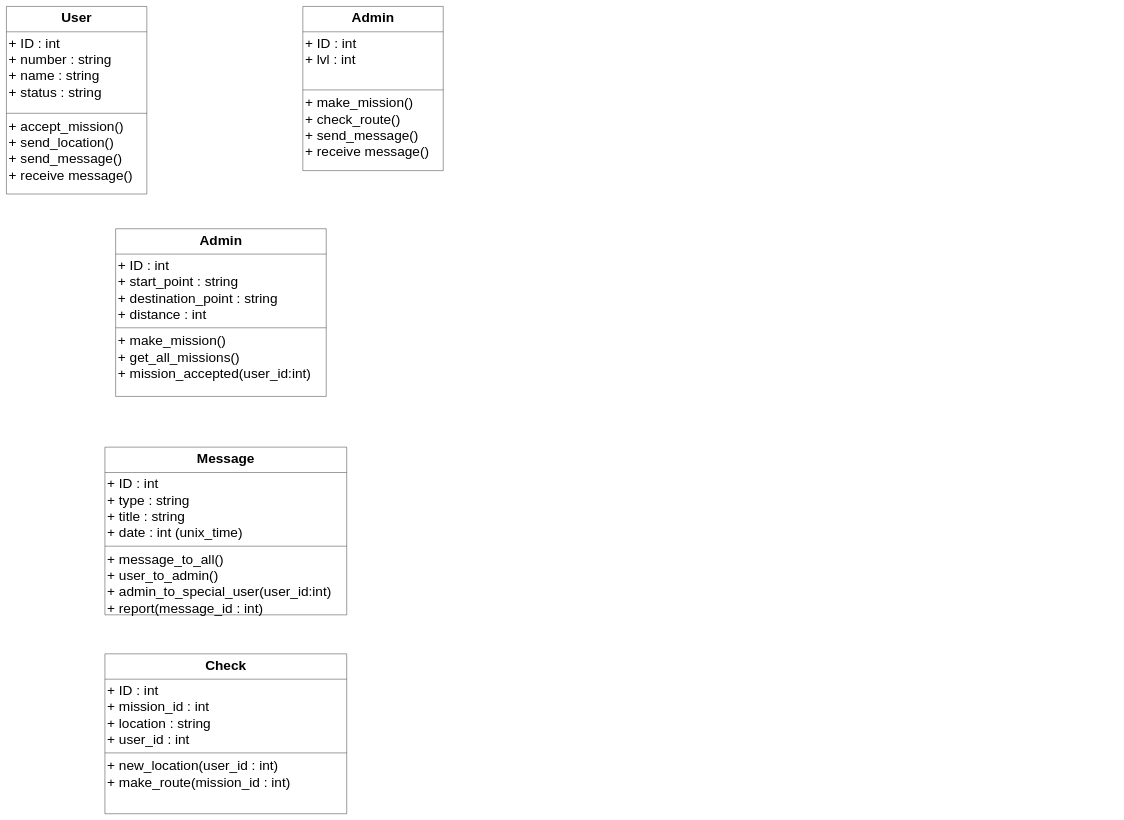
The draw.io diagram page "Class diagram" (1 of 2) of Projects/Tahlil_term3/UML.drawio in geeksesi/my_university, before the edit. Source tidied: cells renumbered, new cells numbered last; positions are measured from the earlier drawing's top-left corner, leaving out a move shared by most shapes. Both pictures are drawn from the tidied source at 39%, with x=0, y=0 at pixel (6, 6).
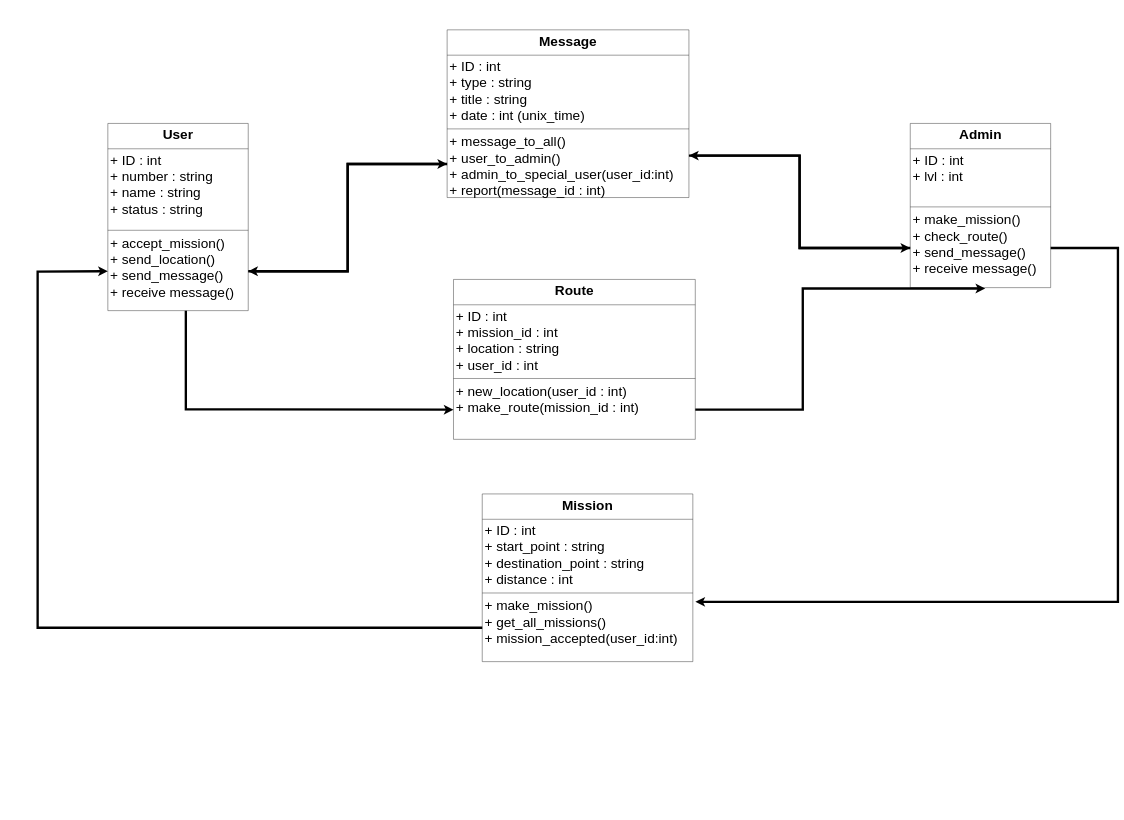
After the change.

The change refers to these unchanged cells:
```xml
<mxCell id="9" value="+ make_mission()&#10;+ check_route()&#10;+ send_message()&#10;+ receive message()&#10;" style="text;strokeColor=none;fillColor=none;align=left;verticalAlign=top;spacingLeft=4;spacingRight=4;overflow=hidden;points=[[0,0.5],[1,0.5]];portConstraint=eastwest;fontSize=35;" parent="6" vertex="1">
  <mxGeometry y="218" width="360" height="203" as="geometry" />
</mxCell>
<mxCell id="13" value="+ make_mission()&#10;+ get_all_missions()&#10;+ mission_accepted(user_id:int)&#10;&#10;" style="text;strokeColor=none;fillColor=none;align=left;verticalAlign=top;spacingLeft=4;spacingRight=4;overflow=hidden;points=[[0,0.5],[1,0.5]];portConstraint=eastwest;fontSize=35;" parent="10" vertex="1">
  <mxGeometry y="258" width="540" height="172" as="geometry" />
</mxCell>
<mxCell id="17" value="+ message_to_all()&#10;+ user_to_admin()&#10;+ admin_to_special_user(user_id:int)&#10;+ report(message_id : int)&#10;&#10;" style="text;strokeColor=none;fillColor=none;align=left;verticalAlign=top;spacingLeft=4;spacingRight=4;overflow=hidden;points=[[0,0.5],[1,0.5]];portConstraint=eastwest;fontSize=35;" parent="14" vertex="1">
  <mxGeometry y="258" width="620" height="172" as="geometry" />
</mxCell>
<mxCell id="21" value="+ new_location(user_id : int)&#10;+ make_route(mission_id : int)&#10;&#10;" style="text;strokeColor=none;fillColor=none;align=left;verticalAlign=top;spacingLeft=4;spacingRight=4;overflow=hidden;points=[[0,0.5],[1,0.5]];portConstraint=eastwest;fontSize=35;" parent="18" vertex="1">
  <mxGeometry y="258" width="620" height="152" as="geometry" />
</mxCell>
```

What changed in the source:
```diff
@@
     <mxCell id="2" value="User" style="swimlane;fontStyle=1;align=center;verticalAlign=top;horizontal=1;startSize=65;fontSize=35;" parent="1" vertex="1">
-      <mxGeometry width="360" height="481" as="geometry" />
+      <mxGeometry x="260" y="300" width="360" height="480" as="geometry" />
     </mxCell>
@@
     <mxCell id="5" value="+ accept_mission()&#10;+ send_location()&#10;+ send_message()&#10;+ receive message()&#10;" style="text;strokeColor=none;fillColor=none;align=left;verticalAlign=top;spacingLeft=4;spacingRight=4;overflow=hidden;points=[[0,0.5],[1,0.5]];portConstraint=eastwest;fontSize=35;" parent="2" vertex="1">
-      <mxGeometry y="278" width="360" height="203" as="geometry" />
+      <mxGeometry y="278" width="360" height="202" as="geometry" />
     </mxCell>
     <mxCell id="6" value="Admin" style="swimlane;fontStyle=1;align=center;verticalAlign=top;horizontal=1;startSize=65;fontSize=35;" parent="1" vertex="1">
-      <mxGeometry x="760" width="360" height="421" as="geometry" />
+      <mxGeometry x="2317.5" y="300" width="360" height="421" as="geometry" />
     </mxCell>
@@
-    <mxCell id="10" value="Admin" style="swimlane;fontStyle=1;align=center;verticalAlign=top;horizontal=1;startSize=65;fontSize=35;" parent="1" vertex="1">
-      <mxGeometry x="280" y="570" width="540" height="430" as="geometry" />
+    <mxCell id="10" value="Mission" style="swimlane;fontStyle=1;align=center;verticalAlign=top;horizontal=1;startSize=65;fontSize=35;" parent="1" vertex="1">
+      <mxGeometry x="1220" y="1250" width="540" height="430" as="geometry" />
     </mxCell>
@@
+    <mxCell id="22" style="edgeStyle=orthogonalEdgeStyle;rounded=0;jettySize=auto;html=1;exitX=1;exitY=0.75;exitDx=0;exitDy=0;entryX=0;entryY=0.5;entryDx=0;entryDy=0;strokeWidth=6;" parent="1" edge="1" source="14" target="9">
+      <mxGeometry relative="1" as="geometry" />
+    </mxCell>
     <mxCell id="14" value="Message" style="swimlane;fontStyle=1;align=center;verticalAlign=top;horizontal=1;startSize=65;fontSize=35;" parent="1" vertex="1">
-      <mxGeometry x="252.5" y="1130" width="620" height="430" as="geometry" />
+      <mxGeometry x="1130" y="60" width="620" height="430" as="geometry" />
     </mxCell>
@@
-    <mxCell id="18" value="Check" style="swimlane;fontStyle=1;align=center;verticalAlign=top;horizontal=1;startSize=65;fontSize=35;" parent="1" vertex="1">
-      <mxGeometry x="252.5" y="1660" width="620" height="410" as="geometry" />
+    <mxCell id="18" value="Route" style="swimlane;fontStyle=1;align=center;verticalAlign=top;horizontal=1;startSize=65;fontSize=35;" parent="1" vertex="1">
+      <mxGeometry x="1146.3" y="700" width="620" height="410" as="geometry" />
     </mxCell>
@@
+    <mxCell id="23" style="edgeStyle=orthogonalEdgeStyle;rounded=0;jettySize=auto;html=1;strokeWidth=6;" parent="1" edge="1" source="5" target="17">
+      <mxGeometry relative="1" as="geometry" />
+    </mxCell>
+    <mxCell id="24" style="edgeStyle=orthogonalEdgeStyle;rounded=0;jettySize=auto;html=1;entryX=1;entryY=0.75;entryDx=0;entryDy=0;strokeWidth=6;" parent="1" edge="1" source="9" target="14">
+      <mxGeometry relative="1" as="geometry" />
+    </mxCell>
+    <mxCell id="25" style="edgeStyle=orthogonalEdgeStyle;rounded=0;jettySize=auto;html=1;entryX=1;entryY=0.5;entryDx=0;entryDy=0;strokeWidth=6;" parent="1" edge="1" source="17" target="5">
+      <mxGeometry relative="1" as="geometry" />
+    </mxCell>
+    <mxCell id="26" style="edgeStyle=orthogonalEdgeStyle;rounded=0;jettySize=auto;html=1;entryX=0;entryY=0.5;entryDx=0;entryDy=0;strokeWidth=6;" parent="1" edge="1" source="5" target="21">
+      <mxGeometry relative="1" as="geometry">
+        <Array as="points">
+          <mxPoint x="460" y="1033" />
+        </Array>
+      </mxGeometry>
+    </mxCell>
+    <mxCell id="27" style="edgeStyle=orthogonalEdgeStyle;rounded=0;jettySize=auto;html=1;entryX=0.534;entryY=1.011;entryDx=0;entryDy=0;entryPerimeter=0;strokeWidth=6;" parent="1" edge="1" source="21" target="9">
+      <mxGeometry relative="1" as="geometry" />
+    </mxCell>
+    <mxCell id="28" style="edgeStyle=orthogonalEdgeStyle;rounded=0;jettySize=auto;html=1;entryX=1.012;entryY=0.109;entryDx=0;entryDy=0;entryPerimeter=0;strokeWidth=6;" parent="1" edge="1" source="9" target="13">
+      <mxGeometry relative="1" as="geometry">
+        <Array as="points">
+          <mxPoint x="2850" y="620" />
+          <mxPoint x="2850" y="1527" />
+        </Array>
+      </mxGeometry>
+    </mxCell>
+    <mxCell id="29" style="edgeStyle=orthogonalEdgeStyle;rounded=0;jettySize=auto;html=1;entryX=0;entryY=0.5;entryDx=0;entryDy=0;strokeWidth=6;" parent="1" edge="1" source="13" target="5">
+      <mxGeometry relative="1" as="geometry">
+        <Array as="points">
+          <mxPoint x="80" y="1593" />
+          <mxPoint x="80" y="680" />
+        </Array>
+      </mxGeometry>
+    </mxCell>
```
